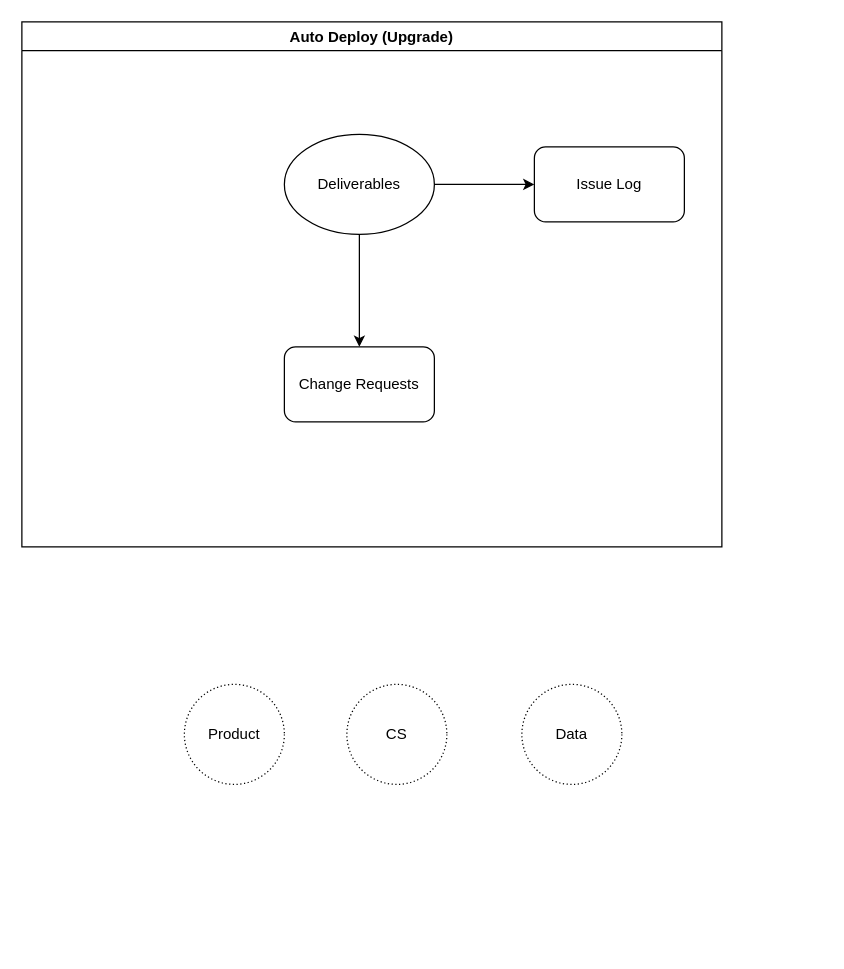
Earlier version of the draw.io diagram Project Integration.drawio (QAlexBall/diagrams). Source tidied: cells renumbered, new cells numbered last; positions are measured from the earlier drawing's top-left corner, leaving out a move shared by most shapes. Both pictures are drawn from the tidied source at 125%, with x=0, y=0 at pixel (21, 21).
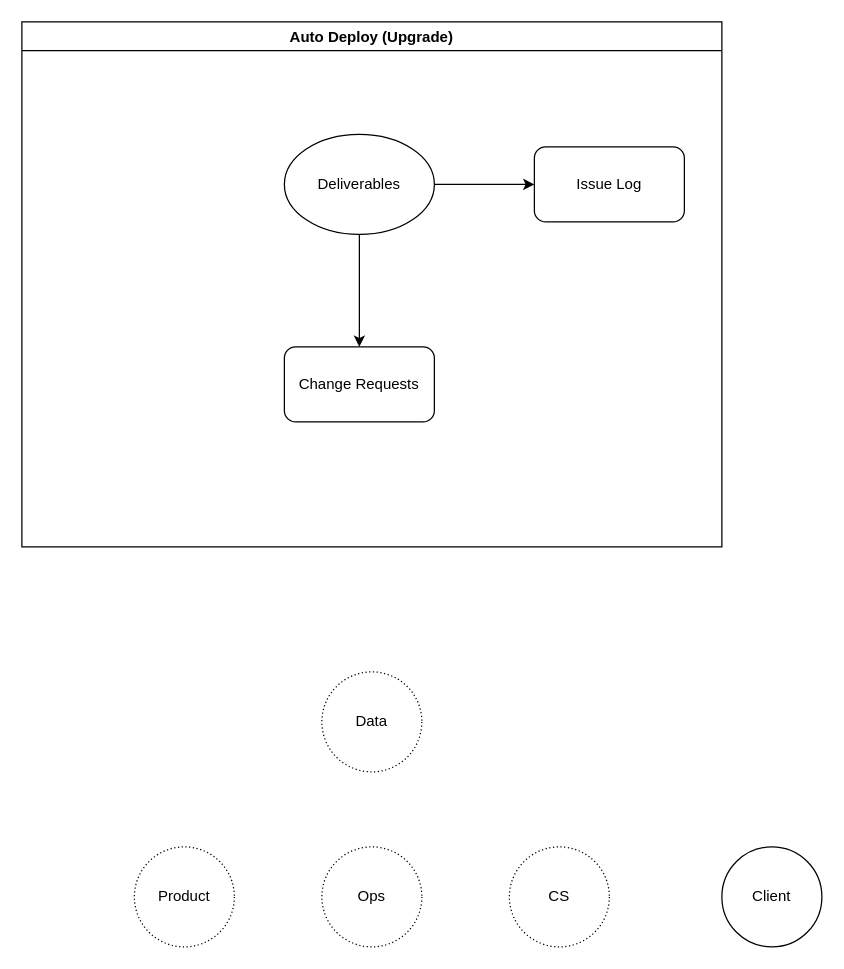
After the change.

The edit, as a diff of the source:
```diff
@@
 <mxGraphModel>
   <root>
     <mxCell id="0" />
     <mxCell id="1" parent="0" />
     <mxCell id="2" value="Auto Deploy (Upgrade)" style="swimlane;" parent="1" vertex="1">
       <mxGeometry width="560" height="420" as="geometry" />
     </mxCell>
     <mxCell id="3" style="edgeStyle=orthogonalEdgeStyle;rounded=0;jettySize=auto;html=1;" parent="2" edge="1" source="4">
       <mxGeometry relative="1" as="geometry">
         <mxPoint x="270" y="260" as="targetPoint" />
       </mxGeometry>
     </mxCell>
     <mxCell id="4" value="Deliverables" style="ellipse;whiteSpace=wrap;html=1;" parent="2" vertex="1">
       <mxGeometry x="210" y="90" width="120" height="80" as="geometry" />
     </mxCell>
     <mxCell id="5" value="Issue Log" style="rounded=1;whiteSpace=wrap;html=1;" parent="2" vertex="1">
       <mxGeometry x="410" y="100" width="120" height="60" as="geometry" />
     </mxCell>
     <mxCell id="6" style="edgeStyle=orthogonalEdgeStyle;rounded=0;jettySize=auto;html=1;entryX=0;entryY=0.5;entryDx=0;entryDy=0;" parent="2" edge="1" source="4" target="5">
       <mxGeometry relative="1" as="geometry" />
     </mxCell>
     <mxCell id="7" value="Change Requests" style="rounded=1;whiteSpace=wrap;html=1;" parent="2" vertex="1">
       <mxGeometry x="210" y="260" width="120" height="60" as="geometry" />
     </mxCell>
     <mxCell id="8" value="Data" style="ellipse;whiteSpace=wrap;html=1;dashed=1;dashPattern=1 2;" parent="1" vertex="1">
-      <mxGeometry x="400" y="530" width="80" height="80" as="geometry" />
+      <mxGeometry x="240" y="520" width="80" height="80" as="geometry" />
     </mxCell>
     <mxCell id="9" value="CS" style="ellipse;whiteSpace=wrap;html=1;dashed=1;dashPattern=1 2;" parent="1" vertex="1">
-      <mxGeometry x="260" y="530" width="80" height="80" as="geometry" />
+      <mxGeometry x="390" y="660" width="80" height="80" as="geometry" />
     </mxCell>
     <mxCell id="10" value="Product" style="ellipse;whiteSpace=wrap;html=1;dashed=1;dashPattern=1 2;" parent="1" vertex="1">
-      <mxGeometry x="130" y="530" width="80" height="80" as="geometry" />
+      <mxGeometry x="90" y="660" width="80" height="80" as="geometry" />
     </mxCell>
+    <mxCell id="11" value="Ops" style="ellipse;whiteSpace=wrap;html=1;dashed=1;dashPattern=1 2;" parent="1" vertex="1">
+      <mxGeometry x="240" y="660" width="80" height="80" as="geometry" />
+    </mxCell>
+    <mxCell id="12" value="Client" style="ellipse;whiteSpace=wrap;html=1;hachureGap=4;" parent="1" vertex="1">
+      <mxGeometry x="560" y="660" width="80" height="80" as="geometry" />
+    </mxCell>
   </root>
 </mxGraphModel>
```
